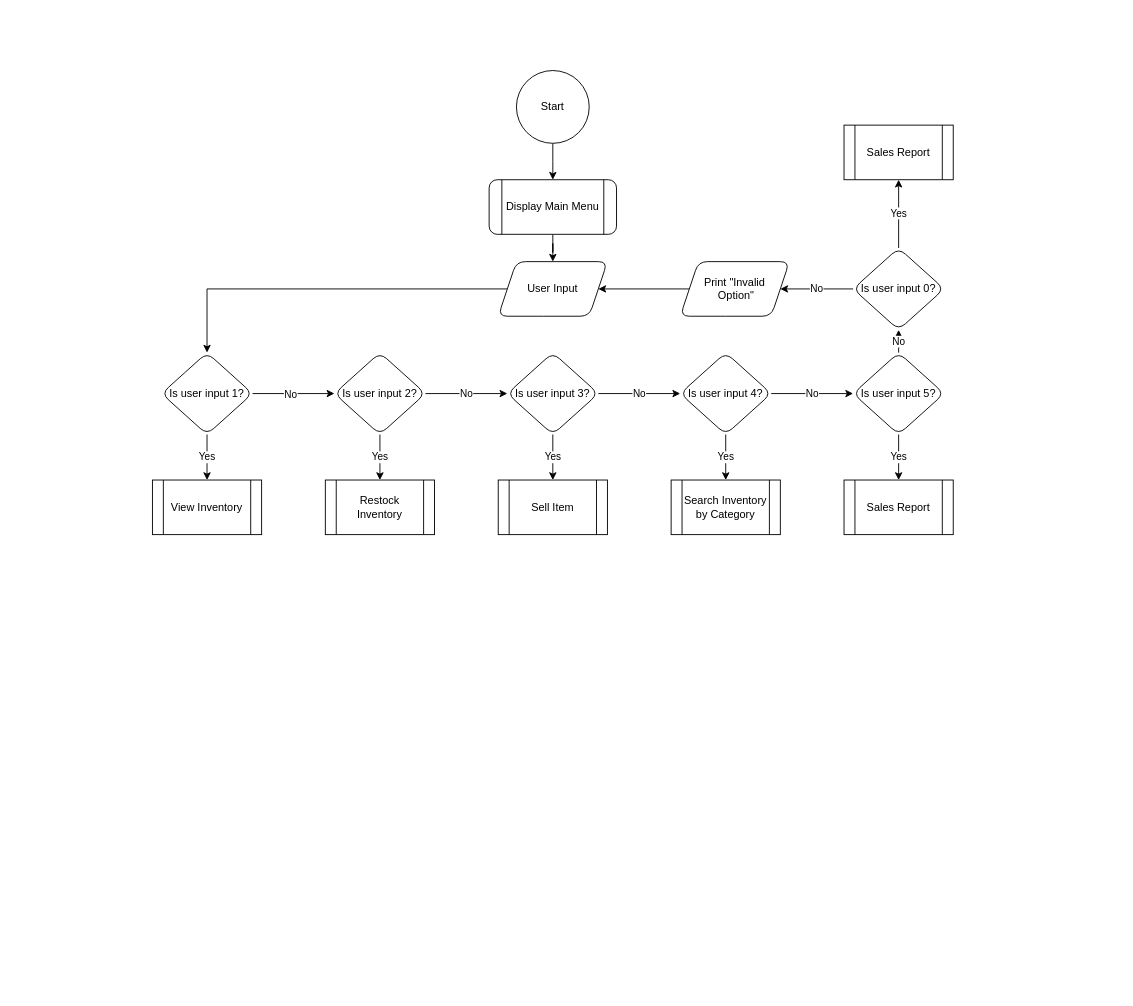
Before: Untitled Diagram.drawio in EuJin03/inventory-system-tasm, a draw.io diagram. Source tidied: cells renumbered, new cells numbered last; positions are measured from the earlier drawing's top-left corner, leaving out a move shared by most shapes. Both pictures are drawn from the tidied source at 91%, with x=0, y=0 at pixel (152, 70).
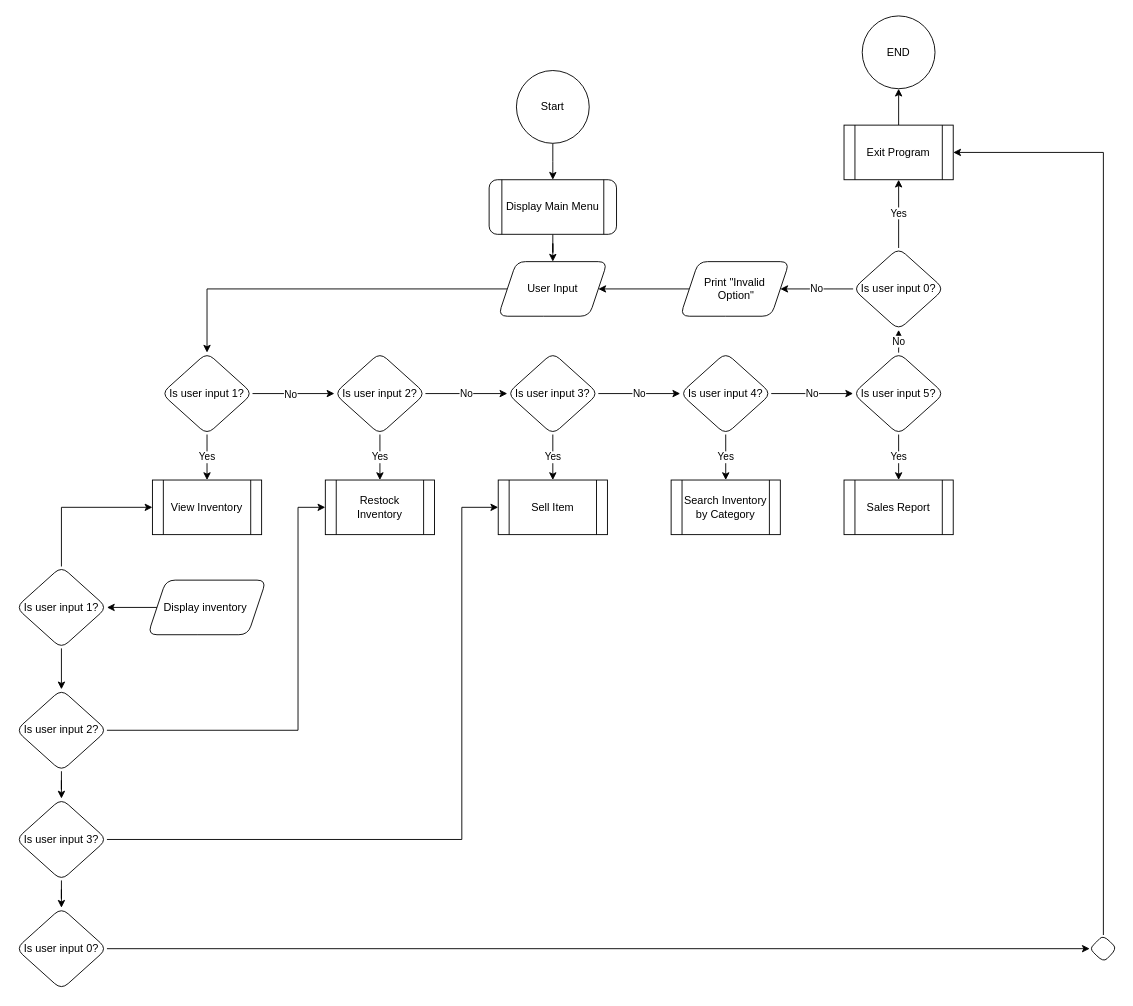
The same page after the edit.

The change refers to these unchanged cells:
```xml
<mxCell id="23" value="View Inventory" style="shape=process;whiteSpace=wrap;html=1;backgroundOutline=1;" parent="1" vertex="1">
  <mxGeometry y="450" width="120" height="60" as="geometry" />
</mxCell>
<mxCell id="29" value="Sell Item" style="shape=process;whiteSpace=wrap;html=1;backgroundOutline=1;" parent="1" vertex="1">
  <mxGeometry x="380" y="450" width="120" height="60" as="geometry" />
</mxCell>
<mxCell id="31" value="Restock Inventory" style="shape=process;whiteSpace=wrap;html=1;backgroundOutline=1;" parent="1" vertex="1">
  <mxGeometry x="190" y="450" width="120" height="60" as="geometry" />
</mxCell>
```

The edit, as a diff of the source:
```diff
@@
+    <mxCell id="35" style="edgeStyle=orthogonalEdgeStyle;rounded=0;jettySize=auto;html=1;" parent="1" edge="1" source="32" target="36">
+      <mxGeometry relative="1" as="geometry" />
+    </mxCell>
-    <mxCell id="32" value="Sales Report" style="shape=process;whiteSpace=wrap;html=1;backgroundOutline=1;" parent="1" vertex="1">
+    <mxCell id="32" value="Exit Program" style="shape=process;whiteSpace=wrap;html=1;backgroundOutline=1;" parent="1" vertex="1">
       <mxGeometry x="760" y="60" width="120" height="60" as="geometry" />
     </mxCell>
@@
+    <mxCell id="36" value="END" style="ellipse;whiteSpace=wrap;html=1;" parent="1" vertex="1">
+      <mxGeometry x="780" y="-60" width="80" height="80" as="geometry" />
+    </mxCell>
+    <mxCell id="37" style="edgeStyle=orthogonalEdgeStyle;rounded=0;jettySize=auto;html=1;entryX=0.5;entryY=0;entryDx=0;entryDy=0;" parent="1" edge="1" source="39" target="46">
+      <mxGeometry relative="1" as="geometry" />
+    </mxCell>
+    <mxCell id="38" style="edgeStyle=orthogonalEdgeStyle;rounded=0;jettySize=auto;html=1;entryX=0;entryY=0.5;entryDx=0;entryDy=0;" parent="1" edge="1" source="39" target="23">
+      <mxGeometry relative="1" as="geometry">
+        <Array as="points">
+          <mxPoint x="-100" y="480" />
+        </Array>
+      </mxGeometry>
+    </mxCell>
+    <mxCell id="39" value="Is user input 1?" style="rhombus;whiteSpace=wrap;html=1;rounded=1;shadow=0;" parent="1" vertex="1">
+      <mxGeometry x="-150" y="545" width="100" height="90" as="geometry" />
+    </mxCell>
+    <mxCell id="40" style="edgeStyle=orthogonalEdgeStyle;rounded=0;jettySize=auto;html=1;entryX=1;entryY=0.5;entryDx=0;entryDy=0;" parent="1" edge="1" source="41" target="39">
+      <mxGeometry relative="1" as="geometry" />
+    </mxCell>
+    <mxCell id="41" value="Display inventory&amp;nbsp;" style="shape=parallelogram;perimeter=parallelogramPerimeter;whiteSpace=wrap;html=1;fixedSize=1;rounded=1;" parent="1" vertex="1">
+      <mxGeometry x="-5" y="560" width="130" height="60" as="geometry" />
+    </mxCell>
+    <mxCell id="42" style="edgeStyle=orthogonalEdgeStyle;rounded=0;jettySize=auto;html=1;entryX=0;entryY=0.5;entryDx=0;entryDy=0;" parent="1" edge="1" source="43" target="51">
+      <mxGeometry relative="1" as="geometry" />
+    </mxCell>
+    <mxCell id="43" value="Is user input 0?" style="rhombus;whiteSpace=wrap;html=1;rounded=1;shadow=0;" parent="1" vertex="1">
+      <mxGeometry x="-150" y="920" width="100" height="90" as="geometry" />
+    </mxCell>
+    <mxCell id="44" style="edgeStyle=orthogonalEdgeStyle;rounded=0;jettySize=auto;html=1;" parent="1" edge="1" source="46" target="49">
+      <mxGeometry relative="1" as="geometry" />
+    </mxCell>
+    <mxCell id="45" style="edgeStyle=orthogonalEdgeStyle;rounded=0;jettySize=auto;html=1;entryX=0;entryY=0.5;entryDx=0;entryDy=0;" parent="1" edge="1" source="46" target="31">
+      <mxGeometry relative="1" as="geometry">
+        <Array as="points">
+          <mxPoint x="160" y="725" />
+          <mxPoint x="160" y="480" />
+        </Array>
+      </mxGeometry>
+    </mxCell>
+    <mxCell id="46" value="Is user input 2?" style="rhombus;whiteSpace=wrap;html=1;rounded=1;shadow=0;" parent="1" vertex="1">
+      <mxGeometry x="-150" y="680" width="100" height="90" as="geometry" />
+    </mxCell>
+    <mxCell id="47" style="edgeStyle=orthogonalEdgeStyle;rounded=0;jettySize=auto;html=1;" parent="1" edge="1" source="49" target="43">
+      <mxGeometry relative="1" as="geometry" />
+    </mxCell>
+    <mxCell id="48" style="edgeStyle=orthogonalEdgeStyle;rounded=0;jettySize=auto;html=1;entryX=0;entryY=0.5;entryDx=0;entryDy=0;" parent="1" edge="1" source="49" target="29">
+      <mxGeometry relative="1" as="geometry">
+        <Array as="points">
+          <mxPoint x="340" y="845" />
+          <mxPoint x="340" y="480" />
+        </Array>
+      </mxGeometry>
+    </mxCell>
+    <mxCell id="49" value="Is user input 3?" style="rhombus;whiteSpace=wrap;html=1;rounded=1;shadow=0;" parent="1" vertex="1">
+      <mxGeometry x="-150" y="800" width="100" height="90" as="geometry" />
+    </mxCell>
+    <mxCell id="50" style="edgeStyle=orthogonalEdgeStyle;rounded=0;jettySize=auto;html=1;entryX=1;entryY=0.5;entryDx=0;entryDy=0;" parent="1" edge="1" source="51" target="32">
+      <mxGeometry relative="1" as="geometry">
+        <Array as="points">
+          <mxPoint x="1045" y="90" />
+        </Array>
+      </mxGeometry>
+    </mxCell>
+    <mxCell id="51" style="rhombus;whiteSpace=wrap;html=1;rounded=1;shadow=0;" parent="1" vertex="1">
+      <mxGeometry x="1030" y="950" width="30" height="30" as="geometry" />
+    </mxCell>
```
